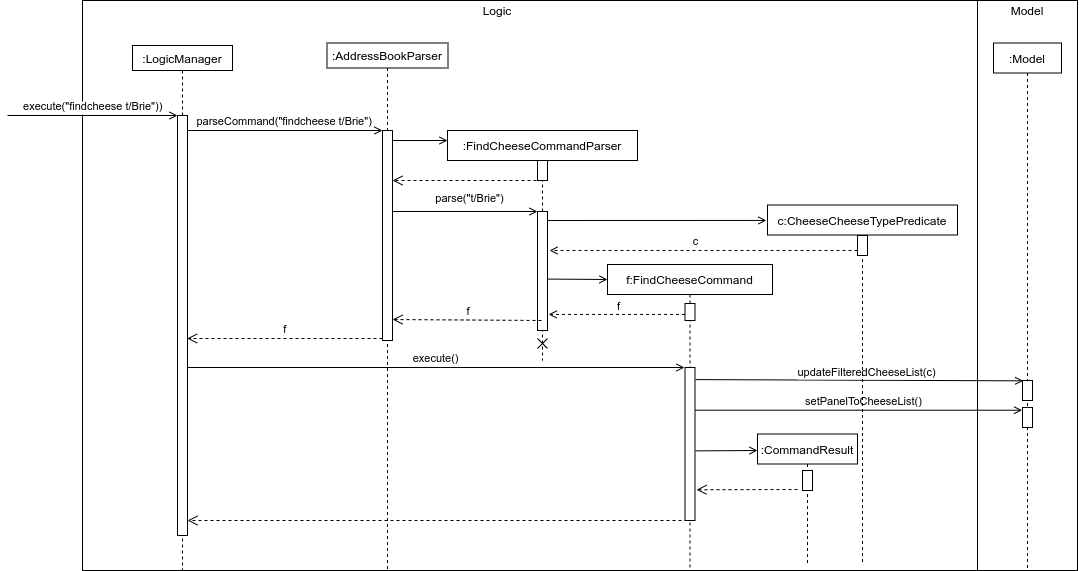
The draw.io diagram docs/images/find/FindCheeseCommandSequenceDiagram.png in nus-cs2103-AY2021S2/tp, before a commit. Source tidied: cells renumbered, new cells last; positions are measured from the earlier drawing's top-left corner, leaving out a move shared by most shapes.
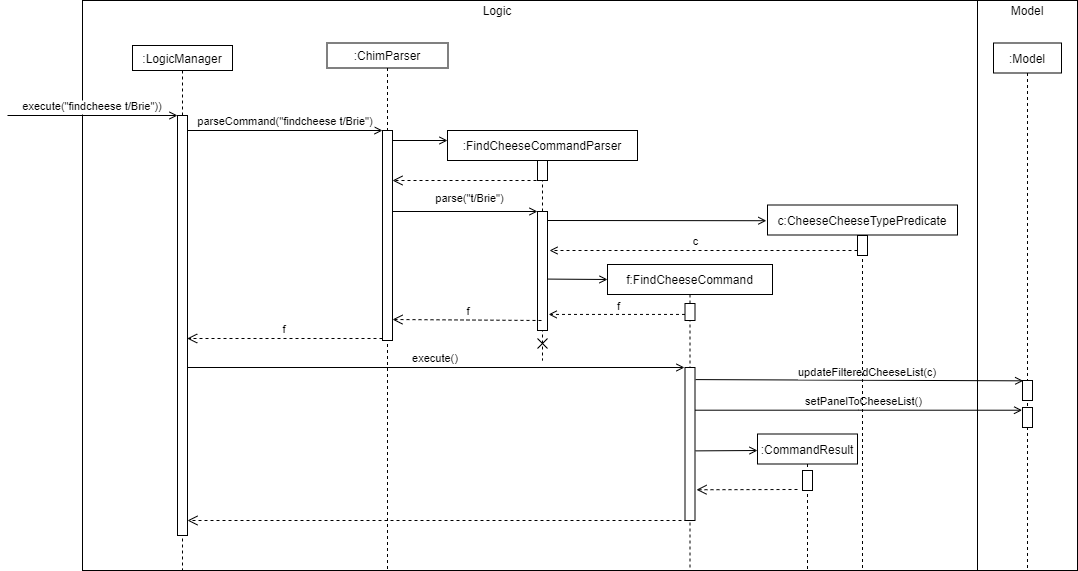
After the change.

Change to the diagram source:
```diff
@@ -16,7 +16,7 @@
         <mxPoint x="-125" y="70" as="sourcePoint" />
       </mxGeometry>
     </mxCell>
-    <mxCell id="6" value=":AddressBookParser" style="shape=umlLifeline;perimeter=lifelinePerimeter;rounded=0;shadow=0;strokeWidth=1;size=25;" parent="1" vertex="1">
+    <mxCell id="6" value=":ChimParser" style="shape=umlLifeline;perimeter=lifelinePerimeter;rounded=0;shadow=0;strokeWidth=1;size=25;" parent="1" vertex="1">
       <mxGeometry x="319.5" y="42.5" width="121" height="527.5" as="geometry" />
     </mxCell>
     <mxCell id="7" value="f" style="verticalAlign=bottom;endArrow=open;dashed=1;endSize=8;exitX=0.033;exitY=1.008;shadow=0;strokeWidth=1;exitDx=0;exitDy=0;exitPerimeter=0;" parent="1" edge="1">
@@ -121,7 +121,7 @@
       <mxGeometry x="0.05" y="-1" relative="1" as="geometry" />
     </mxCell>
     <mxCell id="31" value=":CommandResult" style="shape=umlLifeline;perimeter=lifelinePerimeter;rounded=0;shadow=0;strokeWidth=1;size=30;" parent="1" vertex="1">
-      <mxGeometry x="750" y="433.5" width="100" height="130" as="geometry" />
+      <mxGeometry x="750" y="433.5" width="100" height="136.5" as="geometry" />
     </mxCell>
     <mxCell id="32" style="verticalAlign=bottom;endArrow=open;shadow=0;strokeWidth=1;endFill=0;exitX=1.058;exitY=0.545;exitDx=0;exitDy=0;exitPerimeter=0;" parent="1" edge="1" source="25">
       <mxGeometry relative="1" as="geometry">
@@ -157,7 +157,7 @@
       </mxGeometry>
     </mxCell>
     <mxCell id="39" value="c:CheeseCheeseTypePredicate" style="shape=umlLifeline;perimeter=lifelinePerimeter;rounded=0;shadow=0;strokeWidth=1;size=30;" parent="1" vertex="1">
-      <mxGeometry x="760" y="204.5" width="190" height="359" as="geometry" />
+      <mxGeometry x="760" y="204.5" width="190" height="365.5" as="geometry" />
     </mxCell>
     <mxCell id="40" style="verticalAlign=bottom;endArrow=open;shadow=0;strokeWidth=1;endFill=0;" parent="1" edge="1">
       <mxGeometry relative="1" as="geometry">
```
